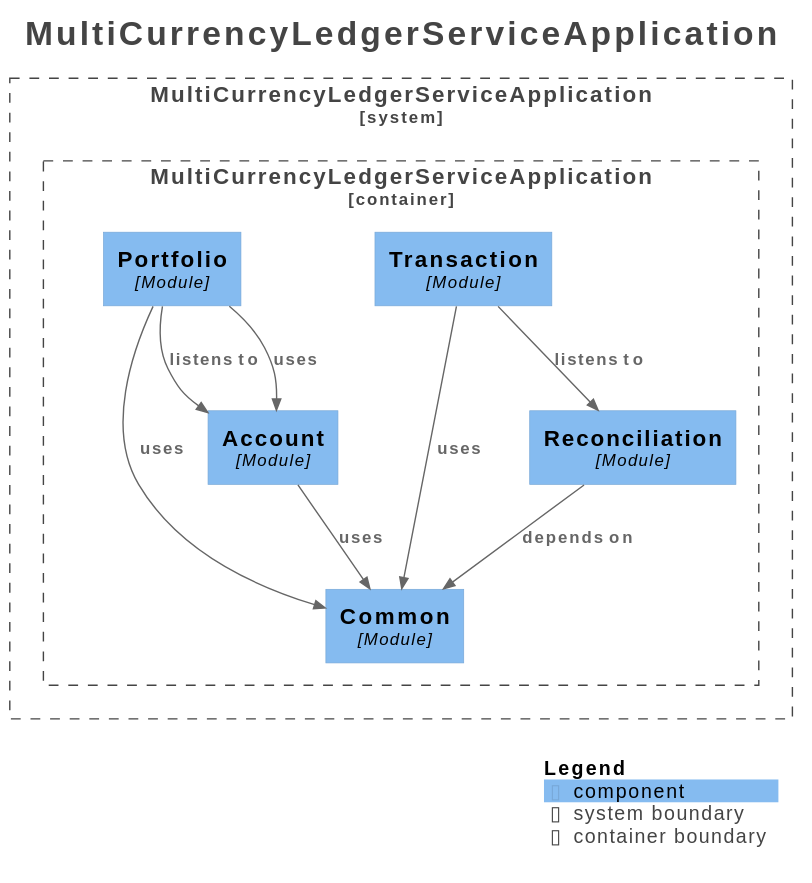
Before: docs/architecture/modulith/components.svg, a diagram exported from PlantUML (RaonJena99/multi-currency-ledger-service).
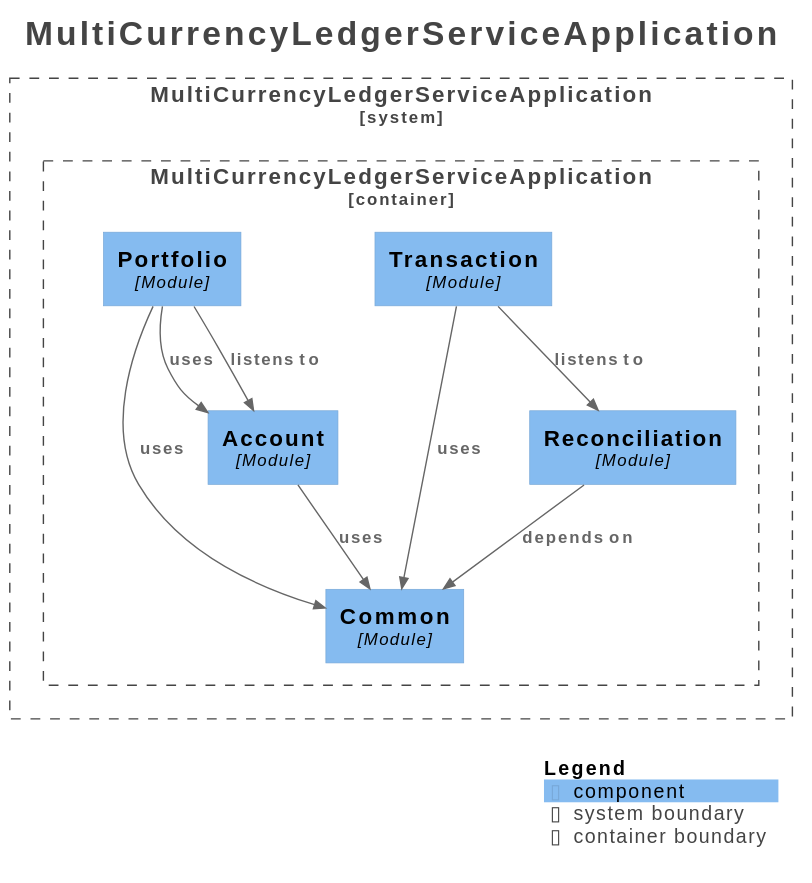
The same diagram one commit later.

Change to the diagram source:
```diff
@@ -26,13 +26,13 @@
 
 }
 
-Rel(MultiCurrencyLedgerServiceApplication.MultiCurrencyLedgerServiceApplication.Transaction, MultiCurrencyLedgerServiceApplication.MultiCurrencyLedgerServiceApplication.Common, "uses", $techn="", $tags="", $link="")
-Rel(MultiCurrencyLedgerServiceApplication.MultiCurrencyLedgerServiceApplication.Portfolio, MultiCurrencyLedgerServiceApplication.MultiCurrencyLedgerServiceApplication.Account, "listens to", $techn="", $tags="", $link="")
 Rel(MultiCurrencyLedgerServiceApplication.MultiCurrencyLedgerServiceApplication.Portfolio, MultiCurrencyLedgerServiceApplication.MultiCurrencyLedgerServiceApplication.Common, "uses", $techn="", $tags="", $link="")
 Rel(MultiCurrencyLedgerServiceApplication.MultiCurrencyLedgerServiceApplication.Portfolio, MultiCurrencyLedgerServiceApplication.MultiCurrencyLedgerServiceApplication.Account, "uses", $techn="", $tags="", $link="")
 Rel(MultiCurrencyLedgerServiceApplication.MultiCurrencyLedgerServiceApplication.Account, MultiCurrencyLedgerServiceApplication.MultiCurrencyLedgerServiceApplication.Common, "uses", $techn="", $tags="", $link="")
+Rel(MultiCurrencyLedgerServiceApplication.MultiCurrencyLedgerServiceApplication.Transaction, MultiCurrencyLedgerServiceApplication.MultiCurrencyLedgerServiceApplication.Reconciliation, "listens to", $techn="", $tags="", $link="")
+Rel(MultiCurrencyLedgerServiceApplication.MultiCurrencyLedgerServiceApplication.Transaction, MultiCurrencyLedgerServiceApplication.MultiCurrencyLedgerServiceApplication.Common, "uses", $techn="", $tags="", $link="")
 Rel(MultiCurrencyLedgerServiceApplication.MultiCurrencyLedgerServiceApplication.Reconciliation, MultiCurrencyLedgerServiceApplication.MultiCurrencyLedgerServiceApplication.Common, "depends on", $techn="", $tags="", $link="")
-Rel(MultiCurrencyLedgerServiceApplication.MultiCurrencyLedgerServiceApplication.Transaction, MultiCurrencyLedgerServiceApplication.MultiCurrencyLedgerServiceApplication.Reconciliation, "listens to", $techn="", $tags="", $link="")
+Rel(MultiCurrencyLedgerServiceApplication.MultiCurrencyLedgerServiceApplication.Portfolio, MultiCurrencyLedgerServiceApplication.MultiCurrencyLedgerServiceApplication.Account, "listens to", $techn="", $tags="", $link="")
 
 SHOW_LEGEND(true)
 hide stereotypes
```
